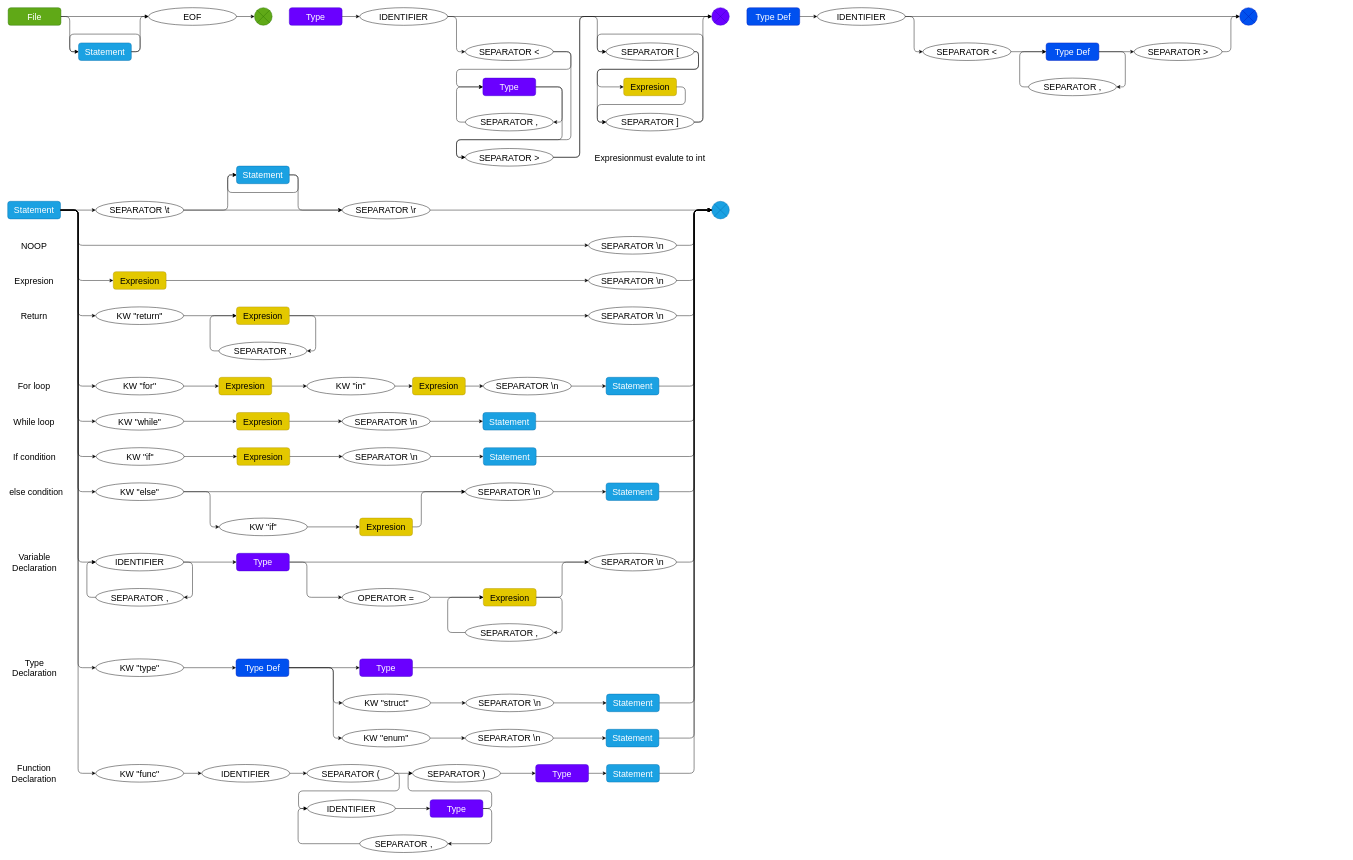
The draw.io diagram flowcharts/Untitled Diagram.drawio in rattle-devs/rattle-compiler, before the edit. Source tidied: cells renumbered, new cells numbered last; positions are measured from the earlier drawing's top-left corner, leaving out a move shared by most shapes. Both pictures are drawn from the tidied source at 44%, with x=0, y=0 at pixel (7, 7).
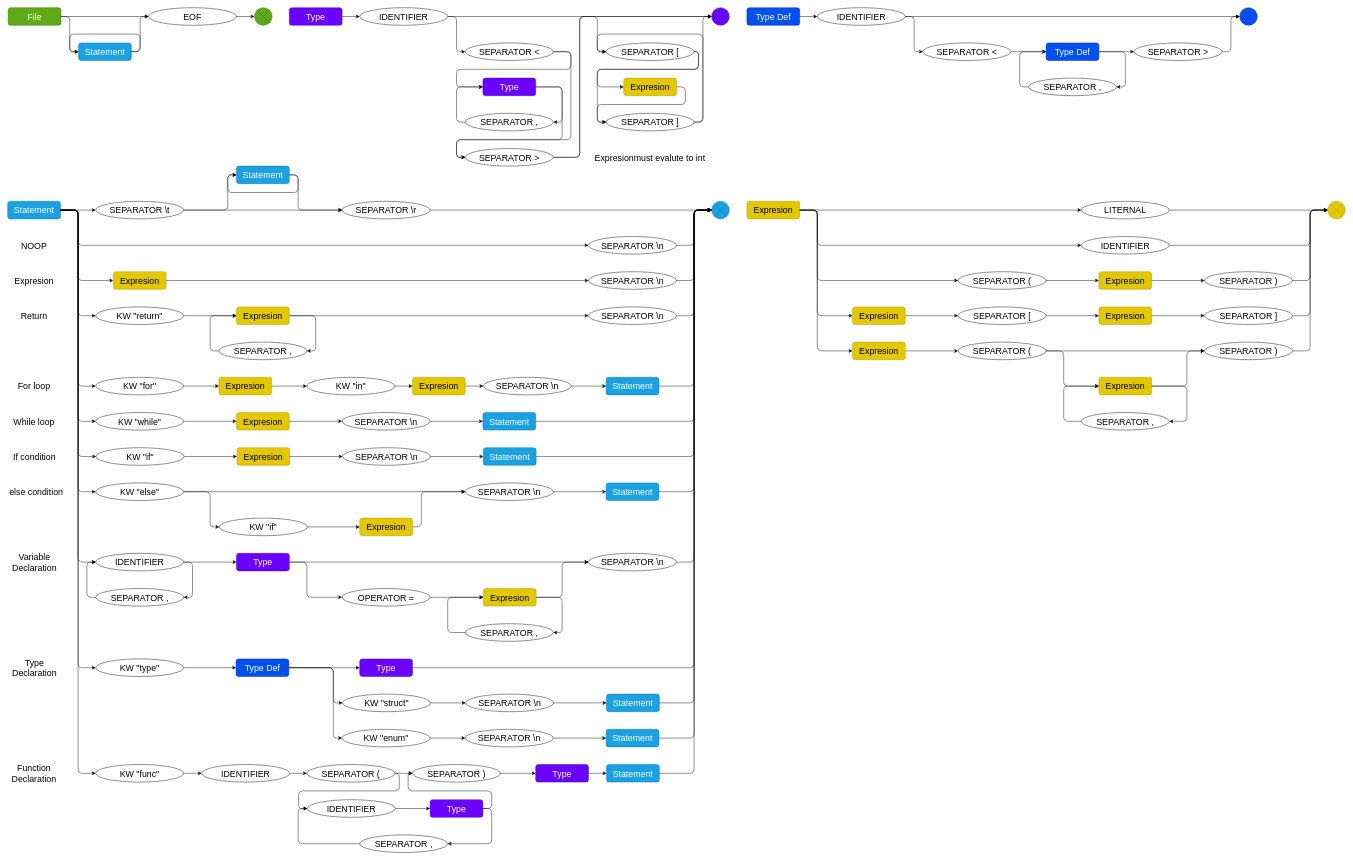
The same page after the edit.

Commit message:
feat(grammar): expresion beginig

Diff of the diagram source:
```diff
@@
+    <mxCell id="194" value="Expresion" style="rounded=1;whiteSpace=wrap;html=1;shadow=0;fontSize=20;fillColor=#e3c800;strokeColor=#B09500;fontColor=#000000;" parent="1" vertex="1">
+      <mxGeometry x="1680" y="440" width="120" height="40" as="geometry" />
+    </mxCell>
+    <mxCell id="195" style="verticalLabelPosition=bottom;verticalAlign=top;html=1;shape=mxgraph.flowchart.or;rounded=1;shadow=0;fillColor=#e3c800;strokeColor=#B09500;fontColor=#000000;" parent="1" vertex="1">
+      <mxGeometry x="3000" y="440" width="40" height="40" as="geometry" />
+    </mxCell>
+    <mxCell id="196" value="&lt;font style=&quot;font-size: 20px&quot;&gt;LITERNAL&lt;br&gt;&lt;/font&gt;" style="ellipse;whiteSpace=wrap;html=1;rounded=1;shadow=0;" parent="1" vertex="1">
+      <mxGeometry x="2440" y="440" width="200" height="40" as="geometry" />
+    </mxCell>
+    <mxCell id="197" style="endArrow=classic;html=1;exitX=1;exitY=0.5;exitDx=0;exitDy=0;entryX=0;entryY=0.5;entryDx=0;entryDy=0;" parent="1" edge="1" source="194" target="196">
+      <mxGeometry relative="1" as="geometry" />
+    </mxCell>
+    <mxCell id="198" style="endArrow=classic;html=1;exitX=1;exitY=0.5;exitDx=0;exitDy=0;entryX=0;entryY=0.5;entryDx=0;entryDy=0;entryPerimeter=0;" parent="1" edge="1" source="196" target="195">
+      <mxGeometry relative="1" as="geometry" />
+    </mxCell>
+    <mxCell id="199" value="&lt;font style=&quot;font-size: 20px&quot;&gt;IDENTIFIER&lt;br&gt;&lt;/font&gt;" style="ellipse;whiteSpace=wrap;html=1;rounded=1;shadow=0;" parent="1" vertex="1">
+      <mxGeometry x="2440" y="520" width="200" height="40" as="geometry" />
+    </mxCell>
+    <mxCell id="200" style="endArrow=classic;html=1;entryX=0;entryY=0.5;entryDx=0;entryDy=0;exitX=1;exitY=0.5;exitDx=0;exitDy=0;" parent="1" edge="1" source="194" target="199">
+      <mxGeometry relative="1" as="geometry">
+        <Array as="points">
+          <mxPoint x="1840" y="460" />
+          <mxPoint x="1840" y="540" />
+        </Array>
+      </mxGeometry>
+    </mxCell>
+    <mxCell id="201" style="endArrow=classic;html=1;exitX=1;exitY=0.5;exitDx=0;exitDy=0;entryX=0;entryY=0.5;entryDx=0;entryDy=0;entryPerimeter=0;" parent="1" edge="1" source="199" target="195">
+      <mxGeometry relative="1" as="geometry">
+        <Array as="points">
+          <mxPoint x="2960" y="540" />
+          <mxPoint x="2960" y="460" />
+        </Array>
+      </mxGeometry>
+    </mxCell>
+    <mxCell id="202" value="&lt;font style=&quot;font-size: 20px&quot;&gt;SEPARATOR (&lt;br&gt;&lt;/font&gt;" style="ellipse;whiteSpace=wrap;html=1;rounded=1;shadow=0;" parent="1" vertex="1">
+      <mxGeometry x="2160" y="600" width="200" height="40" as="geometry" />
+    </mxCell>
+    <mxCell id="203" value="&lt;font style=&quot;font-size: 20px&quot;&gt;SEPARATOR )&lt;br&gt;&lt;/font&gt;" style="ellipse;whiteSpace=wrap;html=1;rounded=1;shadow=0;" parent="1" vertex="1">
+      <mxGeometry x="2720" y="600" width="200" height="40" as="geometry" />
+    </mxCell>
+    <mxCell id="204" value="Expresion" style="rounded=1;whiteSpace=wrap;html=1;shadow=0;fontSize=20;fillColor=#e3c800;strokeColor=#B09500;fontColor=#000000;" parent="1" vertex="1">
+      <mxGeometry x="2480" y="600" width="120" height="40" as="geometry" />
+    </mxCell>
+    <mxCell id="205" value="Expresion" style="rounded=1;whiteSpace=wrap;html=1;shadow=0;fontSize=20;fillColor=#e3c800;strokeColor=#B09500;fontColor=#000000;" parent="1" vertex="1">
+      <mxGeometry x="1920" y="680" width="120" height="40" as="geometry" />
+    </mxCell>
+    <mxCell id="206" value="&lt;font style=&quot;font-size: 20px&quot;&gt;SEPARATOR [&lt;br&gt;&lt;/font&gt;" style="ellipse;whiteSpace=wrap;html=1;rounded=1;shadow=0;" parent="1" vertex="1">
+      <mxGeometry x="2160" y="680" width="200" height="40" as="geometry" />
+    </mxCell>
+    <mxCell id="207" value="&lt;font style=&quot;font-size: 20px&quot;&gt;SEPARATOR ]&lt;br&gt;&lt;/font&gt;" style="ellipse;whiteSpace=wrap;html=1;rounded=1;shadow=0;" parent="1" vertex="1">
+      <mxGeometry x="2720" y="680" width="200" height="40" as="geometry" />
+    </mxCell>
+    <mxCell id="208" value="Expresion" style="rounded=1;whiteSpace=wrap;html=1;shadow=0;fontSize=20;fillColor=#e3c800;strokeColor=#B09500;fontColor=#000000;" parent="1" vertex="1">
+      <mxGeometry x="2480" y="680" width="120" height="40" as="geometry" />
+    </mxCell>
+    <mxCell id="209" value="Expresion" style="rounded=1;whiteSpace=wrap;html=1;shadow=0;fontSize=20;fillColor=#e3c800;strokeColor=#B09500;fontColor=#000000;" parent="1" vertex="1">
+      <mxGeometry x="1920" y="760" width="120" height="40" as="geometry" />
+    </mxCell>
+    <mxCell id="210" value="&lt;font style=&quot;font-size: 20px&quot;&gt;SEPARATOR (&lt;br&gt;&lt;/font&gt;" style="ellipse;whiteSpace=wrap;html=1;rounded=1;shadow=0;" parent="1" vertex="1">
+      <mxGeometry x="2160" y="760" width="200" height="40" as="geometry" />
+    </mxCell>
+    <mxCell id="211" value="&lt;font style=&quot;font-size: 20px&quot;&gt;SEPARATOR )&lt;br&gt;&lt;/font&gt;" style="ellipse;whiteSpace=wrap;html=1;rounded=1;shadow=0;" parent="1" vertex="1">
+      <mxGeometry x="2720" y="760" width="200" height="40" as="geometry" />
+    </mxCell>
+    <mxCell id="212" value="Expresion" style="rounded=1;whiteSpace=wrap;html=1;shadow=0;fontSize=20;fillColor=#e3c800;strokeColor=#B09500;fontColor=#000000;" parent="1" vertex="1">
+      <mxGeometry x="2480" y="840" width="120" height="40" as="geometry" />
+    </mxCell>
+    <mxCell id="213" value="&lt;font style=&quot;font-size: 20px&quot;&gt;SEPARATOR ,&lt;br&gt;&lt;/font&gt;" style="ellipse;whiteSpace=wrap;html=1;rounded=1;shadow=0;" parent="1" vertex="1">
+      <mxGeometry x="2440" y="920" width="200" height="40" as="geometry" />
+    </mxCell>
+    <mxCell id="214" style="endArrow=classic;html=1;exitX=1;exitY=0.5;exitDx=0;exitDy=0;entryX=0;entryY=0.5;entryDx=0;entryDy=0;" parent="1" edge="1" source="194" target="205">
+      <mxGeometry relative="1" as="geometry">
+        <Array as="points">
+          <mxPoint x="1840" y="460" />
+          <mxPoint x="1840" y="700" />
+        </Array>
+      </mxGeometry>
+    </mxCell>
+    <mxCell id="215" style="endArrow=classic;html=1;exitX=1;exitY=0.5;exitDx=0;exitDy=0;entryX=0;entryY=0.5;entryDx=0;entryDy=0;" parent="1" edge="1" source="194" target="209">
+      <mxGeometry relative="1" as="geometry">
+        <Array as="points">
+          <mxPoint x="1840" y="460" />
+          <mxPoint x="1840" y="780" />
+        </Array>
+      </mxGeometry>
+    </mxCell>
+    <mxCell id="216" style="endArrow=classic;html=1;exitX=1;exitY=0.5;exitDx=0;exitDy=0;entryX=0;entryY=0.5;entryDx=0;entryDy=0;" parent="1" edge="1" source="209" target="210">
+      <mxGeometry relative="1" as="geometry" />
+    </mxCell>
+    <mxCell id="217" style="endArrow=classic;html=1;exitX=1;exitY=0.5;exitDx=0;exitDy=0;entryX=0;entryY=0.5;entryDx=0;entryDy=0;" parent="1" edge="1" source="194" target="202">
+      <mxGeometry relative="1" as="geometry">
+        <Array as="points">
+          <mxPoint x="1840" y="460" />
+          <mxPoint x="1840" y="620" />
+        </Array>
+      </mxGeometry>
+    </mxCell>
+    <mxCell id="218" style="endArrow=classic;html=1;exitX=1;exitY=0.5;exitDx=0;exitDy=0;entryX=0;entryY=0.5;entryDx=0;entryDy=0;" parent="1" edge="1" source="210" target="211">
+      <mxGeometry relative="1" as="geometry" />
+    </mxCell>
+    <mxCell id="219" style="endArrow=classic;html=1;exitX=1;exitY=0.5;exitDx=0;exitDy=0;entryX=0;entryY=0.5;entryDx=0;entryDy=0;" parent="1" edge="1" source="210" target="212">
+      <mxGeometry relative="1" as="geometry">
+        <Array as="points">
+          <mxPoint x="2400" y="780" />
+          <mxPoint x="2400" y="860" />
+        </Array>
+      </mxGeometry>
+    </mxCell>
+    <mxCell id="220" style="endArrow=classic;html=1;exitX=1;exitY=0.5;exitDx=0;exitDy=0;entryX=0;entryY=0.5;entryDx=0;entryDy=0;" parent="1" edge="1" source="212" target="211">
+      <mxGeometry relative="1" as="geometry">
+        <Array as="points">
+          <mxPoint x="2680" y="860" />
+          <mxPoint x="2680" y="780" />
+        </Array>
+      </mxGeometry>
+    </mxCell>
+    <mxCell id="221" style="endArrow=classic;html=1;exitX=1;exitY=0.5;exitDx=0;exitDy=0;entryX=1;entryY=0.5;entryDx=0;entryDy=0;" parent="1" edge="1" source="212" target="213">
+      <mxGeometry relative="1" as="geometry">
+        <Array as="points">
+          <mxPoint x="2680" y="860" />
+          <mxPoint x="2680" y="940" />
+        </Array>
+      </mxGeometry>
+    </mxCell>
+    <mxCell id="222" style="endArrow=classic;html=1;exitX=0;exitY=0.5;exitDx=0;exitDy=0;entryX=0;entryY=0.5;entryDx=0;entryDy=0;" parent="1" edge="1" source="213" target="212">
+      <mxGeometry relative="1" as="geometry">
+        <Array as="points">
+          <mxPoint x="2400" y="940" />
+          <mxPoint x="2400" y="860" />
+        </Array>
+      </mxGeometry>
+    </mxCell>
+    <mxCell id="223" style="endArrow=classic;html=1;exitX=1;exitY=0.5;exitDx=0;exitDy=0;entryX=0;entryY=0.5;entryDx=0;entryDy=0;" parent="1" edge="1" source="205" target="206">
+      <mxGeometry relative="1" as="geometry" />
+    </mxCell>
+    <mxCell id="224" style="endArrow=classic;html=1;exitX=1;exitY=0.5;exitDx=0;exitDy=0;entryX=0;entryY=0.5;entryDx=0;entryDy=0;" parent="1" edge="1" source="202" target="204">
+      <mxGeometry relative="1" as="geometry" />
+    </mxCell>
+    <mxCell id="225" style="endArrow=classic;html=1;exitX=1;exitY=0.5;exitDx=0;exitDy=0;entryX=0;entryY=0.5;entryDx=0;entryDy=0;" parent="1" edge="1" source="206" target="208">
+      <mxGeometry relative="1" as="geometry" />
+    </mxCell>
+    <mxCell id="226" style="endArrow=classic;html=1;exitX=1;exitY=0.5;exitDx=0;exitDy=0;entryX=0;entryY=0.5;entryDx=0;entryDy=0;" parent="1" edge="1" source="204" target="203">
+      <mxGeometry relative="1" as="geometry" />
+    </mxCell>
+    <mxCell id="227" style="endArrow=classic;html=1;exitX=1;exitY=0.5;exitDx=0;exitDy=0;entryX=0;entryY=0.5;entryDx=0;entryDy=0;" parent="1" edge="1" source="208" target="207">
+      <mxGeometry relative="1" as="geometry" />
+    </mxCell>
+    <mxCell id="228" style="endArrow=classic;html=1;exitX=1;exitY=0.5;exitDx=0;exitDy=0;entryX=0;entryY=0.5;entryDx=0;entryDy=0;entryPerimeter=0;" parent="1" edge="1" source="203" target="195">
+      <mxGeometry relative="1" as="geometry">
+        <Array as="points">
+          <mxPoint x="2960" y="620" />
+          <mxPoint x="2960" y="460" />
+        </Array>
+      </mxGeometry>
+    </mxCell>
+    <mxCell id="229" style="endArrow=classic;html=1;exitX=1;exitY=0.5;exitDx=0;exitDy=0;entryX=0;entryY=0.5;entryDx=0;entryDy=0;entryPerimeter=0;" parent="1" edge="1" source="207" target="195">
+      <mxGeometry relative="1" as="geometry">
+        <Array as="points">
+          <mxPoint x="2960" y="700" />
+          <mxPoint x="2960" y="460" />
+        </Array>
+      </mxGeometry>
+    </mxCell>
+    <mxCell id="230" style="endArrow=classic;html=1;exitX=1;exitY=0.5;exitDx=0;exitDy=0;entryX=0;entryY=0.5;entryDx=0;entryDy=0;entryPerimeter=0;" parent="1" edge="1" source="211" target="195">
+      <mxGeometry relative="1" as="geometry">
+        <Array as="points">
+          <mxPoint x="2960" y="780" />
+          <mxPoint x="2960" y="460" />
+        </Array>
+      </mxGeometry>
+    </mxCell>
```
